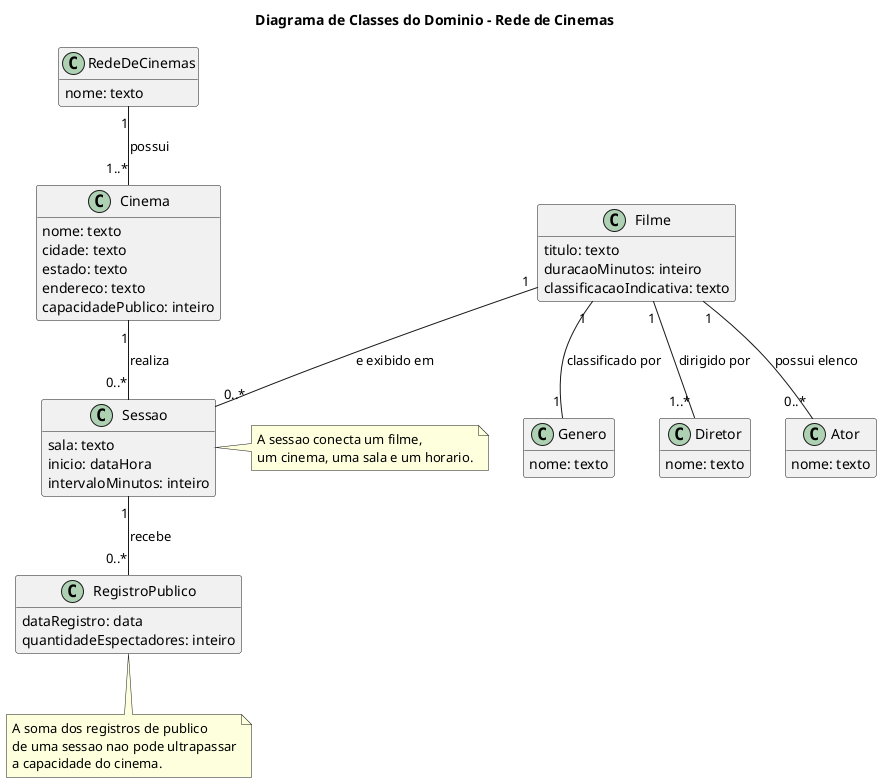
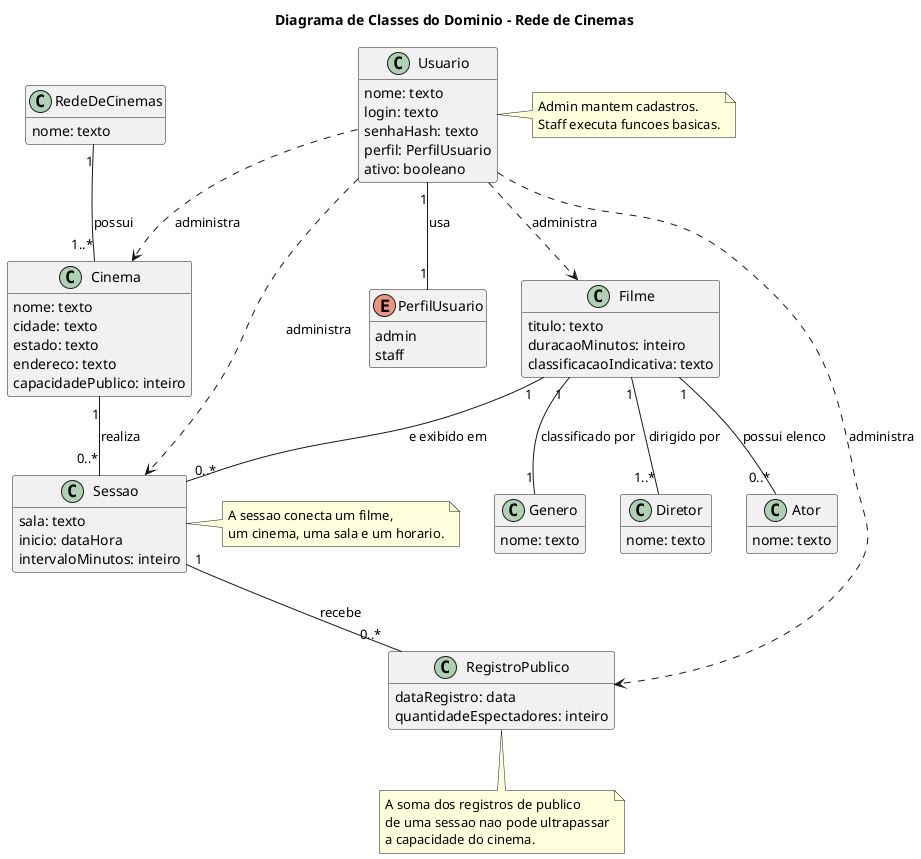
@startuml
title Diagrama de Classes do Dominio - Rede de Cinemas
skinparam classAttributeIconSize 0
hide methods

class RedeDeCinemas {
  nome: texto
}

class Cinema {
  nome: texto
  cidade: texto
  estado: texto
  endereco: texto
  capacidadePublico: inteiro
}

class Filme {
  titulo: texto
  duracaoMinutos: inteiro
  classificacaoIndicativa: texto
}

class Genero {
  nome: texto
}

class Diretor {
  nome: texto
}

class Ator {
  nome: texto
}

class Sessao {
  sala: texto
  inicio: dataHora
  intervaloMinutos: inteiro
}

class RegistroPublico {
  dataRegistro: data
  quantidadeEspectadores: inteiro
}

+ class Usuario {
+   nome: texto
+   login: texto
+   senhaHash: texto
+   perfil: PerfilUsuario
+   ativo: booleano
+ }
+ 
+ enum PerfilUsuario {
+   admin
+   staff
+ }
+ 
RedeDeCinemas "1" -- "1..*" Cinema : possui
Cinema "1" -- "0..*" Sessao : realiza
Filme "1" -- "0..*" Sessao : e exibido em
Sessao "1" -- "0..*" RegistroPublico : recebe
Filme "1" -- "1" Genero : classificado por
Filme "1" -- "1..*" Diretor : dirigido por
Filme "1" -- "0..*" Ator : possui elenco
+ Usuario "1" -- "1" PerfilUsuario : usa
+ Usuario ..> Cinema : administra
+ Usuario ..> Filme : administra
+ Usuario ..> Sessao : administra
+ Usuario ..> RegistroPublico : administra

note right of Sessao
  A sessao conecta um filme,
  um cinema, uma sala e um horario.
end note

note bottom of RegistroPublico
  A soma dos registros de publico
  de uma sessao nao pode ultrapassar
  a capacidade do cinema.
end note
+ 
+ note right of Usuario
+   Admin mantem cadastros.
+   Staff executa funcoes basicas.
+ end note
@enduml
